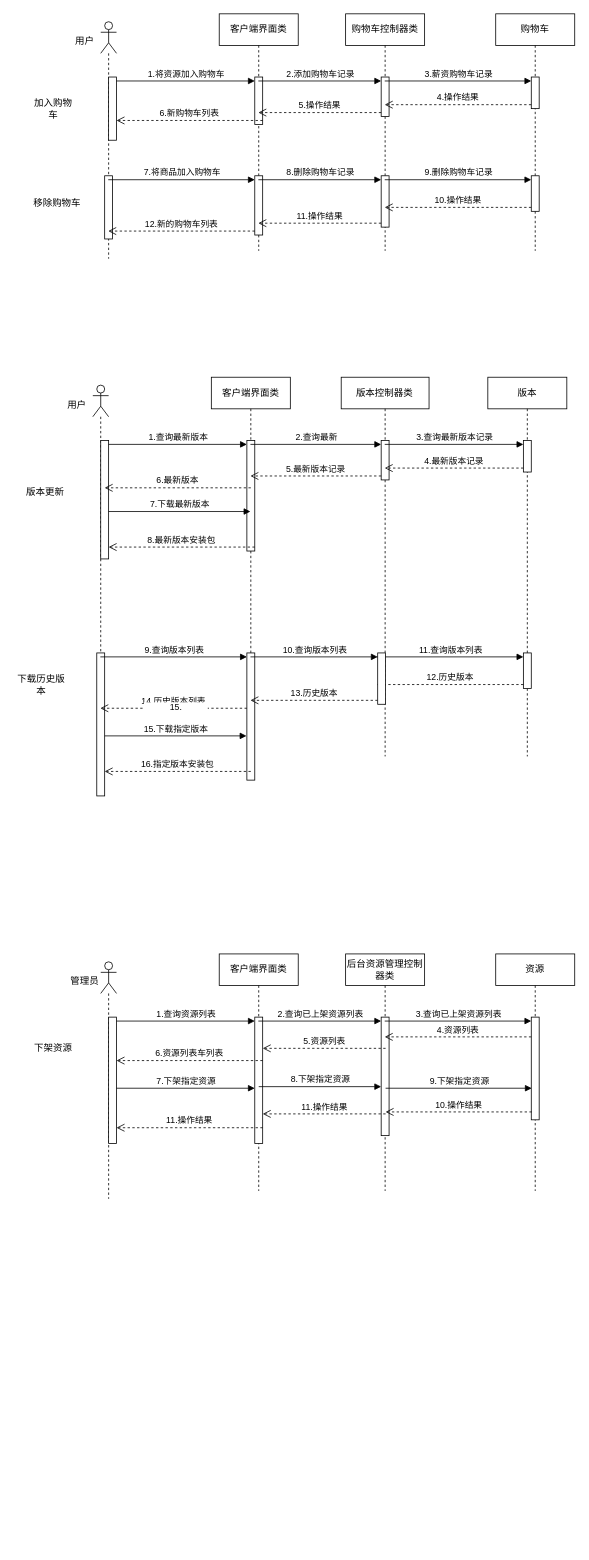
Before: 毕设/顺序图.drawio in xiaoguokf/draw.io, a draw.io diagram. Source tidied: cells renumbered, new cells numbered last; positions are measured from the earlier drawing's top-left corner, leaving out a move shared by most shapes. Both pictures are drawn from the tidied source at 79%, with x=0, y=0 at pixel (13, 13).
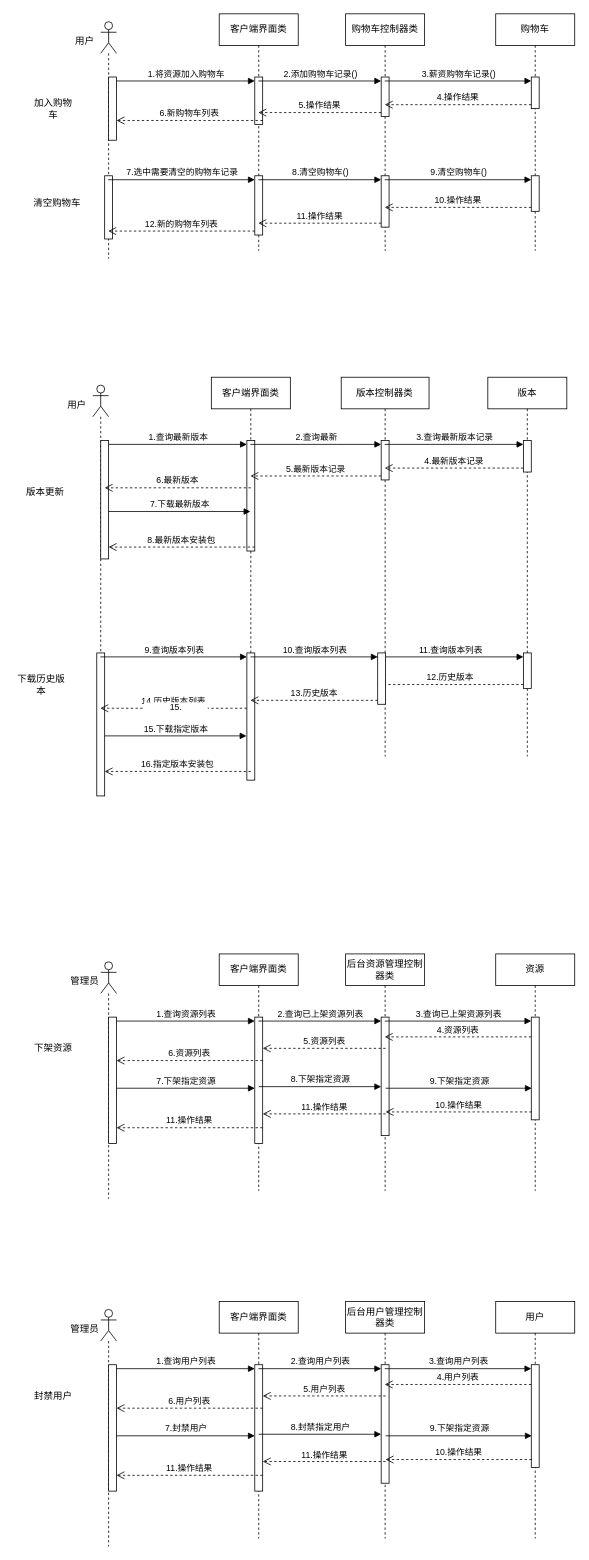
The same diagram, later.

Commit message (it also covers changes not shown here):
更新顺序图.drawio

The change refers to these unchanged cells:
```xml
<mxCell id="2" style="shape=umlLifeline;perimeter=lifelinePerimeter;whiteSpace=wrap;html=1;outlineConnect=0;portConstraint=eastwest;newEdgeStyle={&quot;curved&quot;:0,&quot;rounded&quot;:0};participant=umlActor;" parent="1" vertex="1">
  <mxGeometry x="110" y="10" width="20" height="300" as="geometry" />
</mxCell>
<mxCell id="3" style="html=1;points=[[0,0,0,0,5],[0,1,0,0,-5],[1,0,0,0,5],[1,1,0,0,-5]];perimeter=orthogonalPerimeter;outlineConnect=0;targetShapes=umlLifeline;portConstraint=eastwest;newEdgeStyle={&quot;curved&quot;:0,&quot;rounded&quot;:0};" parent="2" vertex="1">
  <mxGeometry x="10" y="70" width="10" height="80" as="geometry" />
</mxCell>
<mxCell id="5" value="客户端界面类" style="shape=umlLifeline;perimeter=lifelinePerimeter;whiteSpace=wrap;html=1;outlineConnect=0;portConstraint=eastwest;newEdgeStyle={&quot;curved&quot;:0,&quot;rounded&quot;:0};" parent="1" vertex="1">
  <mxGeometry x="260" width="100" height="300" as="geometry" />
</mxCell>
<mxCell id="6" style="html=1;points=[[0,0,0,0,5],[0,1,0,0,-5],[1,0,0,0,5],[1,1,0,0,-5]];perimeter=orthogonalPerimeter;outlineConnect=0;targetShapes=umlLifeline;portConstraint=eastwest;newEdgeStyle={&quot;curved&quot;:0,&quot;rounded&quot;:0};" parent="5" vertex="1">
  <mxGeometry x="45" y="80" width="10" height="60" as="geometry" />
</mxCell>
<mxCell id="7" style="html=1;points=[[0,0,0,0,5],[0,1,0,0,-5],[1,0,0,0,5],[1,1,0,0,-5]];perimeter=orthogonalPerimeter;outlineConnect=0;targetShapes=umlLifeline;portConstraint=eastwest;newEdgeStyle={&quot;curved&quot;:0,&quot;rounded&quot;:0};" parent="5" vertex="1">
  <mxGeometry x="45" y="205" width="10" height="75" as="geometry" />
</mxCell>
<mxCell id="8" value="购物车控制器类" style="shape=umlLifeline;perimeter=lifelinePerimeter;whiteSpace=wrap;html=1;outlineConnect=0;portConstraint=eastwest;newEdgeStyle={&quot;curved&quot;:0,&quot;rounded&quot;:0};" parent="1" vertex="1">
  <mxGeometry x="420" width="100" height="300" as="geometry" />
</mxCell>
<mxCell id="9" style="html=1;points=[[0,0,0,0,5],[0,1,0,0,-5],[1,0,0,0,5],[1,1,0,0,-5]];perimeter=orthogonalPerimeter;outlineConnect=0;targetShapes=umlLifeline;portConstraint=eastwest;newEdgeStyle={&quot;curved&quot;:0,&quot;rounded&quot;:0};" parent="8" vertex="1">
  <mxGeometry x="45" y="80" width="10" height="50" as="geometry" />
</mxCell>
<mxCell id="10" style="html=1;points=[[0,0,0,0,5],[0,1,0,0,-5],[1,0,0,0,5],[1,1,0,0,-5]];perimeter=orthogonalPerimeter;outlineConnect=0;targetShapes=umlLifeline;portConstraint=eastwest;newEdgeStyle={&quot;curved&quot;:0,&quot;rounded&quot;:0};" parent="8" vertex="1">
  <mxGeometry x="45" y="205" width="10" height="65" as="geometry" />
</mxCell>
<mxCell id="12" style="html=1;points=[[0,0,0,0,5],[0,1,0,0,-5],[1,0,0,0,5],[1,1,0,0,-5]];perimeter=orthogonalPerimeter;outlineConnect=0;targetShapes=umlLifeline;portConstraint=eastwest;newEdgeStyle={&quot;curved&quot;:0,&quot;rounded&quot;:0};" parent="11" vertex="1">
  <mxGeometry x="45" y="80" width="10" height="40" as="geometry" />
</mxCell>
<mxCell id="13" style="html=1;points=[[0,0,0,0,5],[0,1,0,0,-5],[1,0,0,0,5],[1,1,0,0,-5]];perimeter=orthogonalPerimeter;outlineConnect=0;targetShapes=umlLifeline;portConstraint=eastwest;newEdgeStyle={&quot;curved&quot;:0,&quot;rounded&quot;:0};" parent="11" vertex="1">
  <mxGeometry x="45" y="205" width="10" height="45" as="geometry" />
</mxCell>
```

What changed in the source:
```diff
@@
     <mxCell id="14" value="1.将资源加入购物车" style="html=1;verticalAlign=bottom;endArrow=block;curved=0;rounded=0;entryX=0;entryY=0;entryDx=0;entryDy=5;entryPerimeter=0;" parent="1" edge="1" source="3" target="6">
-      <mxGeometry relative="1" as="geometry" />
+      <mxGeometry x="0.01" relative="1" as="geometry" />
     </mxCell>
@@
-    <mxCell id="17" value="2.添加购物车记录" style="html=1;verticalAlign=bottom;endArrow=block;curved=0;rounded=0;entryX=0;entryY=0;entryDx=0;entryDy=5;" parent="1" edge="1" source="5" target="9">
+    <mxCell id="17" value="2.添加购物车记录()" style="html=1;verticalAlign=bottom;endArrow=block;curved=0;rounded=0;entryX=0;entryY=0;entryDx=0;entryDy=5;" parent="1" edge="1" source="5" target="9">
       <mxGeometry relative="1" as="geometry" />
     </mxCell>
@@
-    <mxCell id="19" value="3.薪资购物车记录" style="html=1;verticalAlign=bottom;endArrow=block;curved=0;rounded=0;entryX=0;entryY=0;entryDx=0;entryDy=5;" parent="1" edge="1" source="8" target="12">
+    <mxCell id="19" value="3.薪资购物车记录()" style="html=1;verticalAlign=bottom;endArrow=block;curved=0;rounded=0;entryX=0;entryY=0;entryDx=0;entryDy=5;" parent="1" edge="1" source="8" target="12">
       <mxGeometry relative="1" as="geometry" />
     </mxCell>
@@
-    <mxCell id="22" value="移除购物车" style="text;html=1;align=center;verticalAlign=middle;whiteSpace=wrap;rounded=0;" parent="1" vertex="1">
+    <mxCell id="22" value="清空购物车" style="text;html=1;align=center;verticalAlign=middle;whiteSpace=wrap;rounded=0;" parent="1" vertex="1">
       <mxGeometry x="20" y="225" width="70" height="30" as="geometry" />
     </mxCell>
-    <mxCell id="23" value="7.将商品加入购物车" style="html=1;verticalAlign=bottom;endArrow=block;curved=0;rounded=0;entryX=0;entryY=0;entryDx=0;entryDy=5;" parent="1" edge="1" source="2" target="7">
+    <mxCell id="23" value="7.选中需要清空的购物车记录" style="html=1;verticalAlign=bottom;endArrow=block;curved=0;rounded=0;entryX=0;entryY=0;entryDx=0;entryDy=5;" parent="1" edge="1" source="2" target="7">
       <mxGeometry relative="1" as="geometry" />
     </mxCell>
@@
-    <mxCell id="25" value="8.删除购物车记录" style="html=1;verticalAlign=bottom;endArrow=block;curved=0;rounded=0;entryX=0;entryY=0;entryDx=0;entryDy=5;" parent="1" edge="1" source="5" target="10">
+    <mxCell id="25" value="8.清空购物车()" style="html=1;verticalAlign=bottom;endArrow=block;curved=0;rounded=0;entryX=0;entryY=0;entryDx=0;entryDy=5;" parent="1" edge="1" source="5" target="10">
       <mxGeometry relative="1" as="geometry" />
     </mxCell>
@@
-    <mxCell id="27" value="9.删除购物车记录" style="html=1;verticalAlign=bottom;endArrow=block;curved=0;rounded=0;entryX=0;entryY=0;entryDx=0;entryDy=5;" parent="1" edge="1" source="8" target="13">
+    <mxCell id="27" value="9.清空购物车()" style="html=1;verticalAlign=bottom;endArrow=block;curved=0;rounded=0;entryX=0;entryY=0;entryDx=0;entryDy=5;" parent="1" edge="1" source="8" target="13">
       <mxGeometry relative="1" as="geometry" />
     </mxCell>
@@
-    <mxCell id="70" value="6.资源列表车列表" style="html=1;verticalAlign=bottom;endArrow=open;dashed=1;endSize=8;curved=0;rounded=0;exitX=1;exitY=1;exitDx=0;exitDy=-5;" parent="1" edge="1">
+    <mxCell id="70" value="6.资源列表" style="html=1;verticalAlign=bottom;endArrow=open;dashed=1;endSize=8;curved=0;rounded=0;exitX=1;exitY=1;exitDx=0;exitDy=-5;" parent="1" edge="1">
       <mxGeometry relative="1" as="geometry">
         <mxPoint x="315" y="1325" as="sourcePoint" />
         <mxPoint x="130" y="1325" as="targetPoint" />
       </mxGeometry>
     </mxCell>
@@
+    <mxCell id="82" style="shape=umlLifeline;perimeter=lifelinePerimeter;whiteSpace=wrap;html=1;newEdgeStyle={&quot;curved&quot;:0,&quot;rounded&quot;:0};participant=umlActor;" parent="1" vertex="1">
+      <mxGeometry x="110" y="1640" width="20" height="300" as="geometry" />
+    </mxCell>
+    <mxCell id="83" style="html=1;points=[[0,0,0,0,5],[0,1,0,0,-5],[1,0,0,0,5],[1,1,0,0,-5]];perimeter=orthogonalPerimeter;outlineConnect=0;targetShapes=umlLifeline;portConstraint=eastwest;newEdgeStyle={&quot;curved&quot;:0,&quot;rounded&quot;:0};" parent="82" vertex="1">
+      <mxGeometry x="10" y="70" width="10" height="160" as="geometry" />
+    </mxCell>
+    <mxCell id="84" value="客户端界面类" style="shape=umlLifeline;perimeter=lifelinePerimeter;whiteSpace=wrap;html=1;outlineConnect=0;portConstraint=eastwest;newEdgeStyle={&quot;curved&quot;:0,&quot;rounded&quot;:0};" parent="1" vertex="1">
+      <mxGeometry x="260" y="1630" width="100" height="300" as="geometry" />
+    </mxCell>
+    <mxCell id="85" style="html=1;points=[[0,0,0,0,5],[0,1,0,0,-5],[1,0,0,0,5],[1,1,0,0,-5]];perimeter=orthogonalPerimeter;outlineConnect=0;targetShapes=umlLifeline;portConstraint=eastwest;newEdgeStyle={&quot;curved&quot;:0,&quot;rounded&quot;:0};" parent="84" vertex="1">
+      <mxGeometry x="45" y="80" width="10" height="160" as="geometry" />
+    </mxCell>
+    <mxCell id="86" value="后台用户管理控制器类" style="shape=umlLifeline;perimeter=lifelinePerimeter;whiteSpace=wrap;html=1;outlineConnect=0;portConstraint=eastwest;newEdgeStyle={&quot;curved&quot;:0,&quot;rounded&quot;:0};" parent="1" vertex="1">
+      <mxGeometry x="420" y="1630" width="100" height="300" as="geometry" />
+    </mxCell>
+    <mxCell id="87" style="html=1;points=[[0,0,0,0,5],[0,1,0,0,-5],[1,0,0,0,5],[1,1,0,0,-5]];perimeter=orthogonalPerimeter;outlineConnect=0;targetShapes=umlLifeline;portConstraint=eastwest;newEdgeStyle={&quot;curved&quot;:0,&quot;rounded&quot;:0};" parent="86" vertex="1">
+      <mxGeometry x="45" y="80" width="10" height="150" as="geometry" />
+    </mxCell>
+    <mxCell id="88" value="用户" style="shape=umlLifeline;perimeter=lifelinePerimeter;whiteSpace=wrap;html=1;newEdgeStyle={&quot;curved&quot;:0,&quot;rounded&quot;:0};" parent="1" vertex="1">
+      <mxGeometry x="610" y="1630" width="100" height="300" as="geometry" />
+    </mxCell>
+    <mxCell id="89" style="html=1;points=[[0,0,0,0,5],[0,1,0,0,-5],[1,0,0,0,5],[1,1,0,0,-5]];perimeter=orthogonalPerimeter;outlineConnect=0;targetShapes=umlLifeline;portConstraint=eastwest;newEdgeStyle={&quot;curved&quot;:0,&quot;rounded&quot;:0};" parent="88" vertex="1">
+      <mxGeometry x="45" y="80" width="10" height="130" as="geometry" />
+    </mxCell>
+    <mxCell id="90" value="1.查询用户列表" style="html=1;verticalAlign=bottom;endArrow=block;curved=0;rounded=0;entryX=0;entryY=0;entryDx=0;entryDy=5;entryPerimeter=0;" parent="1" edge="1" source="83" target="85">
+      <mxGeometry relative="1" as="geometry" />
+    </mxCell>
+    <mxCell id="91" value="管理员" style="text;html=1;align=center;verticalAlign=middle;whiteSpace=wrap;rounded=0;" parent="1" vertex="1">
+      <mxGeometry x="60" y="1650" width="60" height="30" as="geometry" />
+    </mxCell>
+    <mxCell id="92" value="6.用户列表" style="html=1;verticalAlign=bottom;endArrow=open;dashed=1;endSize=8;curved=0;rounded=0;exitX=1;exitY=1;exitDx=0;exitDy=-5;" parent="1" edge="1">
+      <mxGeometry x="0.01" relative="1" as="geometry">
+        <mxPoint x="315" y="1765" as="sourcePoint" />
+        <mxPoint x="130" y="1765" as="targetPoint" />
+      </mxGeometry>
+    </mxCell>
+    <mxCell id="93" value="2.查询用户列表" style="html=1;verticalAlign=bottom;endArrow=block;curved=0;rounded=0;entryX=0;entryY=0;entryDx=0;entryDy=5;" parent="1" edge="1" source="84" target="87">
+      <mxGeometry relative="1" as="geometry" />
+    </mxCell>
+    <mxCell id="94" value="5.用户列表" style="html=1;verticalAlign=bottom;endArrow=open;dashed=1;endSize=8;curved=0;rounded=0;exitX=0;exitY=1;exitDx=0;exitDy=-5;" parent="1" edge="1">
+      <mxGeometry relative="1" as="geometry">
+        <mxPoint x="470.6" y="1749.5" as="sourcePoint" />
+        <mxPoint x="315.1" y="1749.5" as="targetPoint" />
+      </mxGeometry>
+    </mxCell>
+    <mxCell id="95" value="3.查询用户列表" style="html=1;verticalAlign=bottom;endArrow=block;curved=0;rounded=0;entryX=0;entryY=0;entryDx=0;entryDy=5;" parent="1" edge="1" source="86" target="89">
+      <mxGeometry relative="1" as="geometry" />
+    </mxCell>
+    <mxCell id="96" value="4.用户列表" style="html=1;verticalAlign=bottom;endArrow=open;dashed=1;endSize=8;curved=0;rounded=0;exitX=0;exitY=1;exitDx=0;exitDy=-5;" parent="1" edge="1">
+      <mxGeometry relative="1" as="geometry">
+        <mxPoint x="655" y="1735" as="sourcePoint" />
+        <mxPoint x="469.5" y="1735" as="targetPoint" />
+      </mxGeometry>
+    </mxCell>
+    <mxCell id="97" value="封禁用户" style="text;html=1;align=center;verticalAlign=middle;whiteSpace=wrap;rounded=0;" parent="1" vertex="1">
+      <mxGeometry x="20" y="1735" width="60" height="30" as="geometry" />
+    </mxCell>
+    <mxCell id="98" value="7.封禁用户" style="html=1;verticalAlign=bottom;endArrow=block;curved=0;rounded=0;entryX=0;entryY=0;entryDx=0;entryDy=5;entryPerimeter=0;" parent="1" edge="1">
+      <mxGeometry relative="1" as="geometry">
+        <mxPoint x="130" y="1800" as="sourcePoint" />
+        <mxPoint x="305" y="1800" as="targetPoint" />
+      </mxGeometry>
+    </mxCell>
+    <mxCell id="99" value="11.操作结果" style="html=1;verticalAlign=bottom;endArrow=open;dashed=1;endSize=8;curved=0;rounded=0;exitX=1;exitY=1;exitDx=0;exitDy=-5;" parent="1" edge="1">
+      <mxGeometry relative="1" as="geometry">
+        <mxPoint x="315" y="1850" as="sourcePoint" />
+        <mxPoint x="130" y="1850" as="targetPoint" />
+      </mxGeometry>
+    </mxCell>
+    <mxCell id="100" value="8.封禁指定用户" style="html=1;verticalAlign=bottom;endArrow=block;curved=0;rounded=0;entryX=0;entryY=0;entryDx=0;entryDy=5;" parent="1" edge="1">
+      <mxGeometry relative="1" as="geometry">
+        <mxPoint x="310" y="1798" as="sourcePoint" />
+        <mxPoint x="465" y="1798" as="targetPoint" />
+      </mxGeometry>
+    </mxCell>
+    <mxCell id="101" value="11.操作结果" style="html=1;verticalAlign=bottom;endArrow=open;dashed=1;endSize=8;curved=0;rounded=0;exitX=0;exitY=1;exitDx=0;exitDy=-5;" parent="1" edge="1">
+      <mxGeometry relative="1" as="geometry">
+        <mxPoint x="470.6" y="1832.5" as="sourcePoint" />
+        <mxPoint x="315.1" y="1832.5" as="targetPoint" />
+      </mxGeometry>
+    </mxCell>
+    <mxCell id="102" value="9.下架指定资源" style="html=1;verticalAlign=bottom;endArrow=block;curved=0;rounded=0;entryX=0;entryY=0;entryDx=0;entryDy=5;" parent="1" edge="1">
+      <mxGeometry relative="1" as="geometry">
+        <mxPoint x="470.6" y="1800" as="sourcePoint" />
+        <mxPoint x="655.6" y="1800" as="targetPoint" />
+      </mxGeometry>
+    </mxCell>
+    <mxCell id="103" value="10.操作结果" style="html=1;verticalAlign=bottom;endArrow=open;dashed=1;endSize=8;curved=0;rounded=0;exitX=0;exitY=1;exitDx=0;exitDy=-5;" parent="1" edge="1">
+      <mxGeometry relative="1" as="geometry">
+        <mxPoint x="655.6" y="1830" as="sourcePoint" />
+        <mxPoint x="470.6" y="1830" as="targetPoint" />
+      </mxGeometry>
+    </mxCell>
```
